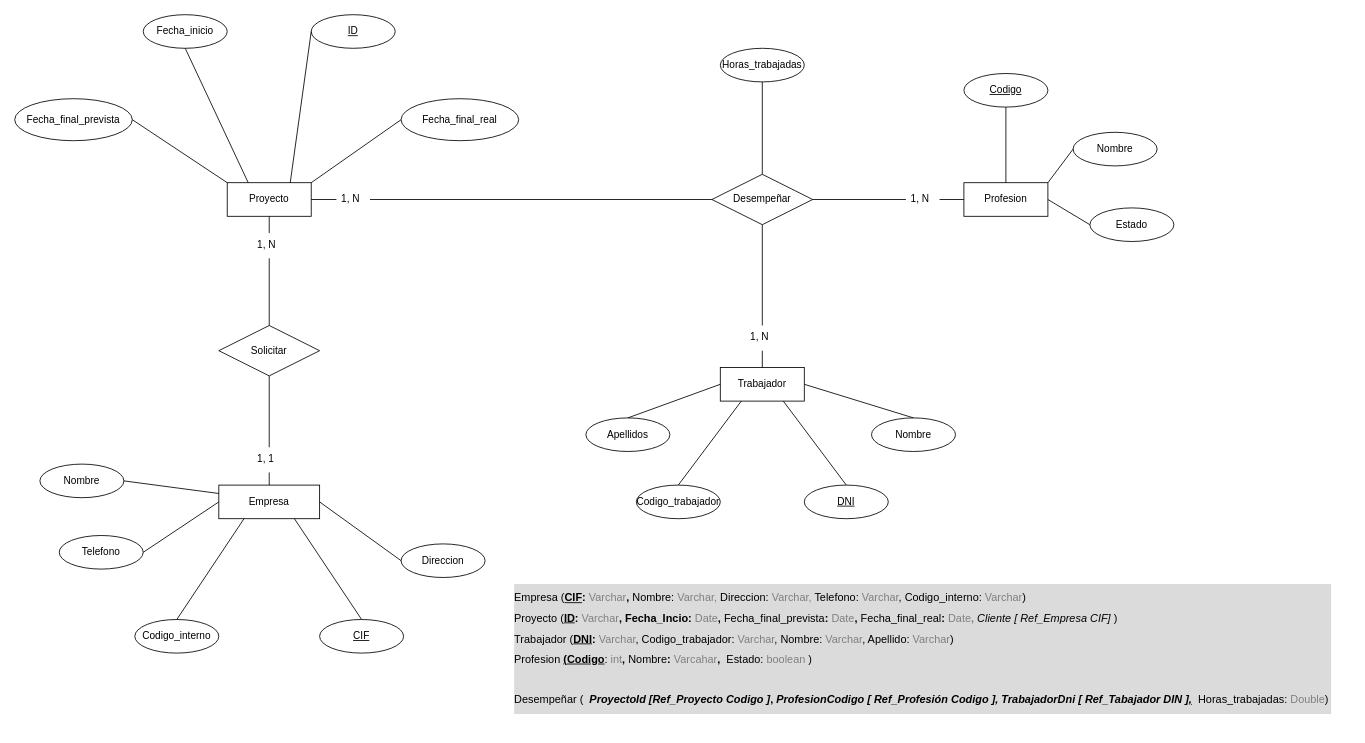
jordimall/jmg-tsys-ta12diagramasER-drawio-111023 keeps this draw.io diagram as Actividad_12_C3_UD12.drawio. Above is the earlier version. Source tidied: cells renumbered, new cells numbered last; positions are measured from the earlier drawing's top-left corner, leaving out a move shared by most shapes. Both pictures are drawn from the tidied source at 84%, with x=0, y=0 at pixel (14, 14).
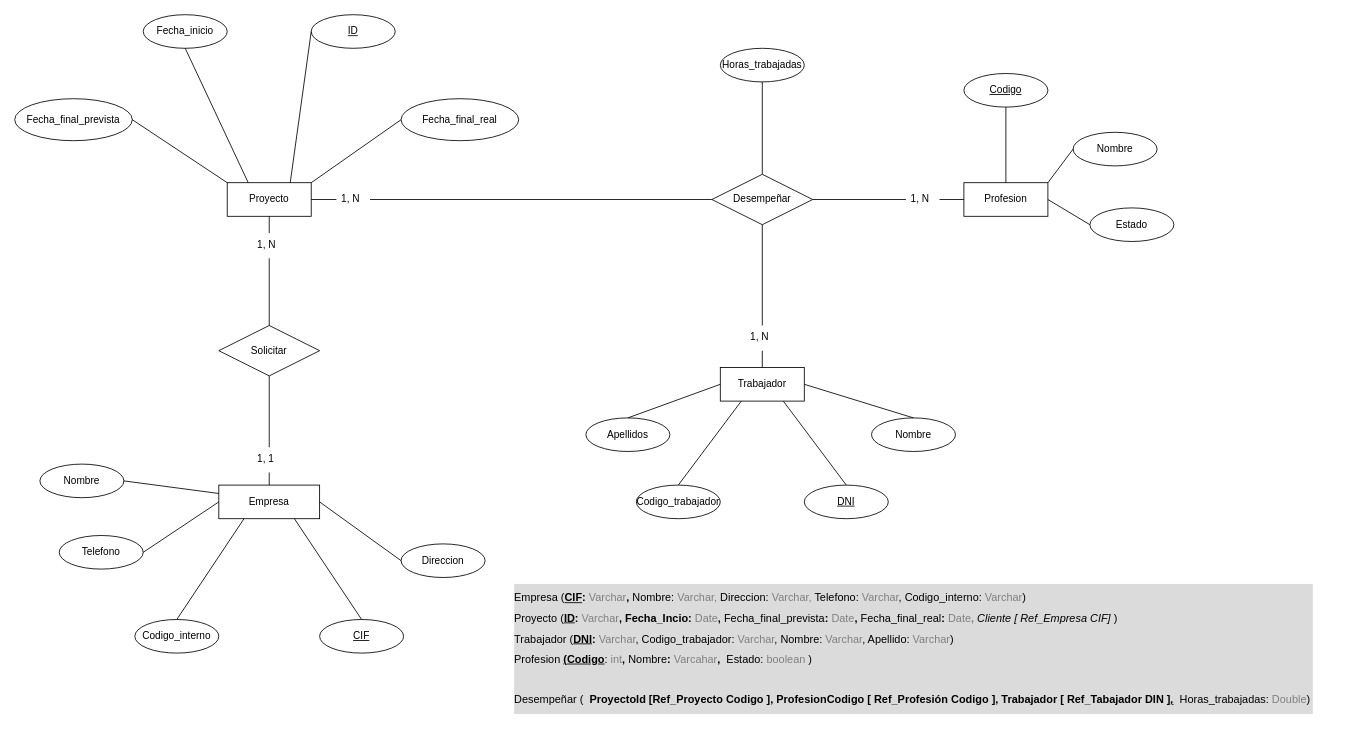
The same page after the edit.

Diff of the diagram source:
```diff
@@
-    <mxCell id="53" value="&lt;h1 style=&quot;font-size: 13px;&quot;&gt;&lt;font style=&quot;font-size: 13px;&quot;&gt;&lt;span style=&quot;font-weight: normal;&quot;&gt;Empresa&lt;/span&gt; &lt;span style=&quot;font-weight: normal;&quot;&gt;(&lt;/span&gt;&lt;u style=&quot;&quot;&gt;CIF&lt;/u&gt;: &lt;font style=&quot;font-weight: normal; font-size: 13px;&quot; color=&quot;#808080&quot;&gt;Varchar&lt;/font&gt;, &lt;span style=&quot;font-weight: normal;&quot;&gt;Nombre&lt;/span&gt;&lt;/font&gt;&lt;span style=&quot;font-weight: normal;&quot;&gt;:&lt;/span&gt;&amp;nbsp;&lt;font style=&quot;font-weight: normal; border-color: var(--border-color);&quot; color=&quot;#808080&quot;&gt;Varchar,&amp;nbsp;&lt;/font&gt;&lt;span style=&quot;font-weight: normal;&quot;&gt;Direccion:&lt;/span&gt; &lt;font style=&quot;font-weight: normal;&quot; color=&quot;#808080&quot;&gt;Varchar,&lt;/font&gt;&lt;span style=&quot;font-weight: normal;&quot;&gt; Telefono: &lt;/span&gt;&lt;font style=&quot;font-weight: normal;&quot; color=&quot;#808080&quot;&gt;Varchar&lt;/font&gt;&lt;span style=&quot;font-weight: normal;&quot;&gt;, Codigo_interno: &lt;/span&gt;&lt;font style=&quot;font-weight: normal;&quot; color=&quot;#808080&quot;&gt;Varchar&lt;/font&gt;&lt;span style=&quot;font-weight: normal;&quot;&gt;)&lt;/span&gt;&lt;/h1&gt;&lt;h1 style=&quot;line-height: 120%; font-size: 13px;&quot;&gt;&lt;font style=&quot;font-size: 13px;&quot;&gt;&lt;span style=&quot;font-weight: normal;&quot;&gt;Proyecto&lt;/span&gt; &lt;span style=&quot;font-weight: normal;&quot;&gt;(&lt;/span&gt;&lt;u&gt;ID&lt;/u&gt;: &lt;font style=&quot;font-size: 13px; font-weight: normal;&quot; color=&quot;#808080&quot;&gt;Varchar&lt;/font&gt;, Fecha_Incio: &lt;font style=&quot;font-size: 13px; font-weight: normal;&quot; color=&quot;#808080&quot;&gt;Date&lt;/font&gt;, &lt;span style=&quot;font-weight: normal;&quot;&gt;Fecha_final_prevista&lt;/span&gt;: &lt;font style=&quot;font-size: 13px; font-weight: normal;&quot; color=&quot;#808080&quot;&gt;Date&lt;/font&gt;, &lt;span style=&quot;font-weight: normal;&quot;&gt;Fecha_final_real&lt;/span&gt;: &lt;font style=&quot;font-size: 13px;&quot; color=&quot;#808080&quot;&gt;&lt;span style=&quot;font-weight: normal;&quot;&gt;Date&lt;/span&gt;,&amp;nbsp;&lt;/font&gt;&lt;/font&gt;&lt;i style=&quot;font-weight: normal; border-color: var(--border-color);&quot;&gt;Cliente [ Ref_Empresa CIF]&amp;nbsp;&lt;/i&gt;&lt;span style=&quot;font-weight: normal;&quot;&gt;)&amp;nbsp;&lt;/span&gt;&amp;nbsp;&lt;/h1&gt;&lt;h1 style=&quot;line-height: 120%; font-size: 13px;&quot;&gt;&lt;font style=&quot;font-size: 13px;&quot;&gt;&lt;span style=&quot;font-weight: normal;&quot;&gt;Trabajador&lt;/span&gt; &lt;span style=&quot;font-weight: normal;&quot;&gt;(&lt;/span&gt;&lt;u&gt;DNI&lt;/u&gt;:&lt;span style=&quot;font-weight: normal;&quot;&gt; &lt;font style=&quot;font-size: 13px;&quot; color=&quot;#808080&quot;&gt;Varchar&lt;/font&gt;&lt;/span&gt;&lt;span style=&quot;font-weight: normal;&quot;&gt;, Codigo_trabajador: &lt;font color=&quot;#808080&quot;&gt;Varchar&lt;/font&gt;, Nombre: &lt;font style=&quot;font-size: 13px;&quot; color=&quot;#808080&quot;&gt;Varchar&lt;/font&gt;, Apellido: &lt;font color=&quot;#808080&quot;&gt;Varchar&lt;/font&gt;)&lt;/span&gt;&lt;/font&gt;&lt;/h1&gt;&lt;h1 style=&quot;line-height: 120%; font-size: 13px;&quot;&gt;&lt;font style=&quot;font-size: 13px;&quot;&gt;&lt;span style=&quot;font-weight: normal;&quot;&gt;Profesion&lt;/span&gt; &lt;u&gt;(Codigo&lt;/u&gt;&lt;span style=&quot;font-weight: normal;&quot;&gt;: &lt;font color=&quot;#808080&quot;&gt;int&lt;/font&gt;&lt;/span&gt;, &lt;span style=&quot;font-weight: normal;&quot;&gt;Nombre&lt;/span&gt;:&lt;font style=&quot;font-size: 13px;&quot; color=&quot;#808080&quot;&gt;&amp;nbsp;&lt;span style=&quot;font-weight: 400;&quot;&gt;Varcahar&lt;/span&gt;&lt;/font&gt;,&amp;nbsp;&lt;/font&gt;&amp;nbsp;&lt;span style=&quot;font-weight: normal;&quot;&gt;Estado:&lt;/span&gt;&lt;font style=&quot;font-weight: normal; border-color: var(--border-color);&quot; color=&quot;#808080&quot;&gt;&amp;nbsp;boolean&lt;/font&gt;&lt;span style=&quot;font-weight: normal;&quot;&gt;&amp;nbsp;)&lt;/span&gt;&lt;/h1&gt;&lt;div&gt;&lt;font style=&quot;font-size: 13px;&quot;&gt;&lt;span style=&quot;font-weight: normal;&quot;&gt;&lt;br&gt;&lt;/span&gt;&lt;/font&gt;&lt;/div&gt;&lt;h1 style=&quot;font-size: 13px;&quot;&gt;&lt;font style=&quot;font-size: 13px;&quot;&gt;&lt;span style=&quot;font-weight: normal;&quot;&gt;Desempeñar&lt;/span&gt; &lt;span style=&quot;font-weight: normal;&quot;&gt;(&lt;/span&gt;&lt;i&gt;&amp;nbsp; ProyectoId [Ref_Proyecto Codigo ]&lt;/i&gt;,&amp;nbsp;&lt;/font&gt;&lt;i style=&quot;border-color: var(--border-color);&quot;&gt;ProfesionCodigo [ Ref_Profesión Codigo ],&amp;nbsp;&lt;/i&gt;&lt;i style=&quot;border-color: var(--border-color);&quot;&gt;T&lt;/i&gt;&lt;i style=&quot;border-color: var(--border-color);&quot;&gt;rabajadorDni [ Ref_Tabajador DIN&amp;nbsp;&lt;u style=&quot;border-color: var(--border-color);&quot;&gt;],&lt;/u&gt;&amp;nbsp;&lt;/i&gt;&lt;i style=&quot;font-weight: normal; border-color: var(--border-color);&quot;&gt;&amp;nbsp;&lt;/i&gt;&lt;span style=&quot;font-weight: normal;&quot;&gt;Horas_trabajadas:&lt;/span&gt;&lt;font style=&quot;font-weight: normal;&quot; color=&quot;#808080&quot;&gt; Double&lt;/font&gt;&lt;span style=&quot;font-weight: normal;&quot;&gt;)&amp;nbsp;&lt;/span&gt;&lt;/h1&gt;" style="text;html=1;strokeColor=none;fillColor=none;spacing=5;spacingTop=0;whiteSpace=wrap;overflow=hidden;rounded=0;labelBackgroundColor=#dbdbdb;verticalAlign=middle;align=left;spacingBottom=0;dashed=1;" parent="1" vertex="1">
+    <mxCell id="53" value="&lt;h1 style=&quot;font-size: 13px;&quot;&gt;&lt;font style=&quot;font-size: 13px;&quot;&gt;&lt;span style=&quot;font-weight: normal;&quot;&gt;Empresa&lt;/span&gt; &lt;span style=&quot;font-weight: normal;&quot;&gt;(&lt;/span&gt;&lt;u style=&quot;&quot;&gt;CIF&lt;/u&gt;: &lt;font style=&quot;font-weight: normal; font-size: 13px;&quot; color=&quot;#808080&quot;&gt;Varchar&lt;/font&gt;, &lt;span style=&quot;font-weight: normal;&quot;&gt;Nombre&lt;/span&gt;&lt;/font&gt;&lt;span style=&quot;font-weight: normal;&quot;&gt;:&lt;/span&gt;&amp;nbsp;&lt;font style=&quot;font-weight: normal; border-color: var(--border-color);&quot; color=&quot;#808080&quot;&gt;Varchar,&amp;nbsp;&lt;/font&gt;&lt;span style=&quot;font-weight: normal;&quot;&gt;Direccion:&lt;/span&gt; &lt;font style=&quot;font-weight: normal;&quot; color=&quot;#808080&quot;&gt;Varchar,&lt;/font&gt;&lt;span style=&quot;font-weight: normal;&quot;&gt; Telefono: &lt;/span&gt;&lt;font style=&quot;font-weight: normal;&quot; color=&quot;#808080&quot;&gt;Varchar&lt;/font&gt;&lt;span style=&quot;font-weight: normal;&quot;&gt;, Codigo_interno: &lt;/span&gt;&lt;font style=&quot;font-weight: normal;&quot; color=&quot;#808080&quot;&gt;Varchar&lt;/font&gt;&lt;span style=&quot;font-weight: normal;&quot;&gt;)&lt;/span&gt;&lt;/h1&gt;&lt;h1 style=&quot;line-height: 120%; font-size: 13px;&quot;&gt;&lt;font style=&quot;font-size: 13px;&quot;&gt;&lt;span style=&quot;font-weight: normal;&quot;&gt;Proyecto&lt;/span&gt; &lt;span style=&quot;font-weight: normal;&quot;&gt;(&lt;/span&gt;&lt;u&gt;ID&lt;/u&gt;: &lt;font style=&quot;font-size: 13px; font-weight: normal;&quot; color=&quot;#808080&quot;&gt;Varchar&lt;/font&gt;, Fecha_Incio: &lt;font style=&quot;font-size: 13px; font-weight: normal;&quot; color=&quot;#808080&quot;&gt;Date&lt;/font&gt;, &lt;span style=&quot;font-weight: normal;&quot;&gt;Fecha_final_prevista&lt;/span&gt;: &lt;font style=&quot;font-size: 13px; font-weight: normal;&quot; color=&quot;#808080&quot;&gt;Date&lt;/font&gt;, &lt;span style=&quot;font-weight: normal;&quot;&gt;Fecha_final_real&lt;/span&gt;: &lt;font style=&quot;font-size: 13px;&quot; color=&quot;#808080&quot;&gt;&lt;span style=&quot;font-weight: normal;&quot;&gt;Date&lt;/span&gt;,&amp;nbsp;&lt;/font&gt;&lt;/font&gt;&lt;i style=&quot;font-weight: normal; border-color: var(--border-color);&quot;&gt;Cliente [ Ref_Empresa CIF]&amp;nbsp;&lt;/i&gt;&lt;span style=&quot;font-weight: normal;&quot;&gt;)&amp;nbsp;&lt;/span&gt;&amp;nbsp;&lt;/h1&gt;&lt;h1 style=&quot;line-height: 120%; font-size: 13px;&quot;&gt;&lt;font style=&quot;font-size: 13px;&quot;&gt;&lt;span style=&quot;font-weight: normal;&quot;&gt;Trabajador&lt;/span&gt; &lt;span style=&quot;font-weight: normal;&quot;&gt;(&lt;/span&gt;&lt;u&gt;DNI&lt;/u&gt;:&lt;span style=&quot;font-weight: normal;&quot;&gt; &lt;font style=&quot;font-size: 13px;&quot; color=&quot;#808080&quot;&gt;Varchar&lt;/font&gt;&lt;/span&gt;&lt;span style=&quot;font-weight: normal;&quot;&gt;, Codigo_trabajador: &lt;font color=&quot;#808080&quot;&gt;Varchar&lt;/font&gt;, Nombre: &lt;font style=&quot;font-size: 13px;&quot; color=&quot;#808080&quot;&gt;Varchar&lt;/font&gt;, Apellido: &lt;font color=&quot;#808080&quot;&gt;Varchar&lt;/font&gt;)&lt;/span&gt;&lt;/font&gt;&lt;/h1&gt;&lt;h1 style=&quot;line-height: 120%; font-size: 13px;&quot;&gt;&lt;font style=&quot;font-size: 13px;&quot;&gt;&lt;span style=&quot;font-weight: normal;&quot;&gt;Profesion&lt;/span&gt; &lt;u&gt;(Codigo&lt;/u&gt;&lt;span style=&quot;font-weight: normal;&quot;&gt;: &lt;font color=&quot;#808080&quot;&gt;int&lt;/font&gt;&lt;/span&gt;, &lt;span style=&quot;font-weight: normal;&quot;&gt;Nombre&lt;/span&gt;:&lt;font style=&quot;font-size: 13px;&quot; color=&quot;#808080&quot;&gt;&amp;nbsp;&lt;span style=&quot;font-weight: 400;&quot;&gt;Varcahar&lt;/span&gt;&lt;/font&gt;,&amp;nbsp;&lt;/font&gt;&amp;nbsp;&lt;span style=&quot;font-weight: normal;&quot;&gt;Estado:&lt;/span&gt;&lt;font style=&quot;font-weight: normal; border-color: var(--border-color);&quot; color=&quot;#808080&quot;&gt;&amp;nbsp;boolean&lt;/font&gt;&lt;span style=&quot;font-weight: normal;&quot;&gt;&amp;nbsp;)&lt;/span&gt;&lt;/h1&gt;&lt;div&gt;&lt;font style=&quot;font-size: 13px;&quot;&gt;&lt;span style=&quot;font-weight: normal;&quot;&gt;&lt;br&gt;&lt;/span&gt;&lt;/font&gt;&lt;/div&gt;&lt;h1 style=&quot;font-size: 13px;&quot;&gt;&lt;font style=&quot;font-size: 13px;&quot;&gt;&lt;span style=&quot;font-weight: normal;&quot;&gt;Desempeñar&lt;/span&gt; &lt;span style=&quot;font-weight: normal;&quot;&gt;(&lt;/span&gt;&lt;i&gt;&amp;nbsp; &lt;/i&gt;ProyectoId [Ref_Proyecto Codigo ],&amp;nbsp;&lt;/font&gt;&lt;span style=&quot;border-color: var(--border-color);&quot;&gt;ProfesionCodigo [ Ref_Profesión Codigo ],&amp;nbsp;&lt;/span&gt;&lt;span style=&quot;border-color: var(--border-color);&quot;&gt;T&lt;/span&gt;&lt;span style=&quot;border-color: var(--border-color);&quot;&gt;rabajador [ Ref_Tabajador DIN&amp;nbsp;&lt;u style=&quot;border-color: var(--border-color);&quot;&gt;]&lt;i&gt;,&lt;/i&gt;&lt;/u&gt;&lt;i&gt;&amp;nbsp;&lt;/i&gt;&lt;/span&gt;&lt;i style=&quot;font-weight: normal; border-color: var(--border-color);&quot;&gt;&amp;nbsp;&lt;/i&gt;&lt;span style=&quot;font-weight: normal;&quot;&gt;Horas_trabajadas:&lt;/span&gt;&lt;font style=&quot;font-weight: normal;&quot; color=&quot;#808080&quot;&gt; Double&lt;/font&gt;&lt;span style=&quot;font-weight: normal;&quot;&gt;)&amp;nbsp;&lt;/span&gt;&lt;/h1&gt;" style="text;html=1;strokeColor=none;fillColor=none;spacing=5;spacingTop=0;whiteSpace=wrap;overflow=hidden;rounded=0;labelBackgroundColor=#dbdbdb;verticalAlign=middle;align=left;spacingBottom=0;dashed=1;" parent="1" vertex="1">
       <mxGeometry x="590" y="660" width="1000" height="190" as="geometry" />
     </mxCell>
```
